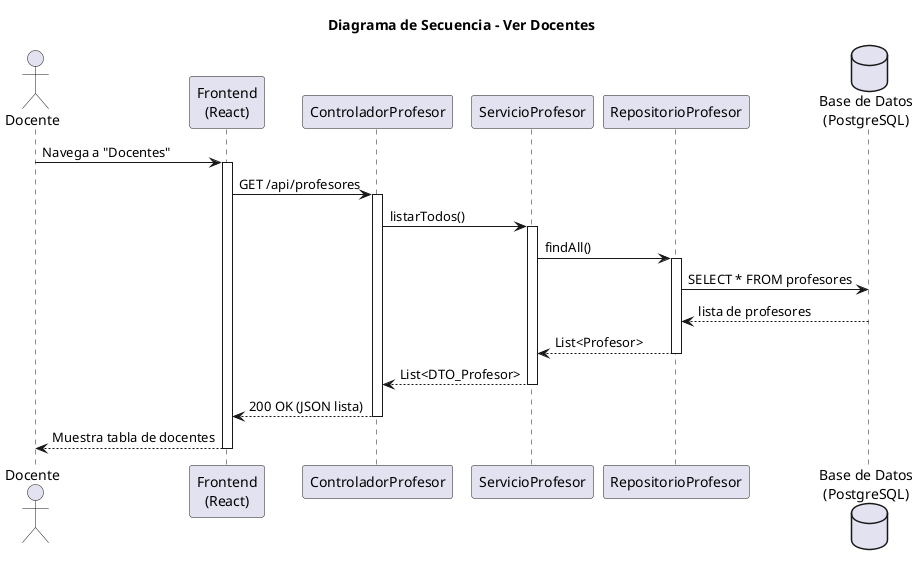
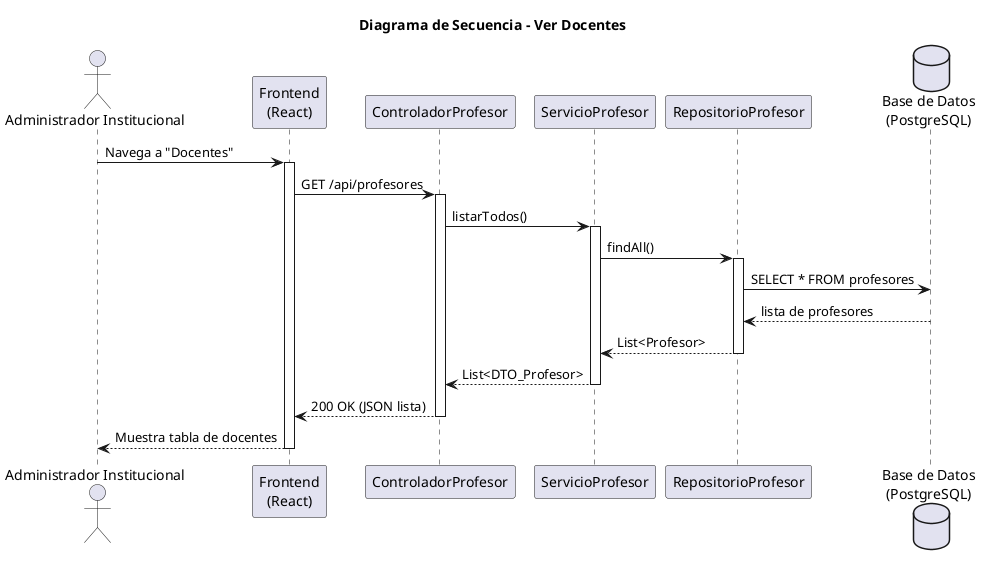
@startuml secuencia-cu24-ver-docentes
title Diagrama de Secuencia - Ver Docentes

- actor "Docente" as Actor
+ actor "Administrador Institucional" as Actor
participant "Frontend\n(React)" as FE
participant "ControladorProfesor" as Controller
participant "ServicioProfesor" as Service
participant "RepositorioProfesor" as RepoProfesor
database "Base de Datos\n(PostgreSQL)" as DB

Actor -> FE : Navega a "Docentes"
activate FE

FE -> Controller : GET /api/profesores
activate Controller

Controller -> Service : listarTodos()
activate Service

Service -> RepoProfesor : findAll()
activate RepoProfesor
RepoProfesor -> DB : SELECT * FROM profesores
DB --> RepoProfesor : lista de profesores
RepoProfesor --> Service : List<Profesor>
deactivate RepoProfesor

Service --> Controller : List<DTO_Profesor>
deactivate Service

Controller --> FE : 200 OK (JSON lista)
deactivate Controller

FE --> Actor : Muestra tabla de docentes
deactivate FE

@enduml
